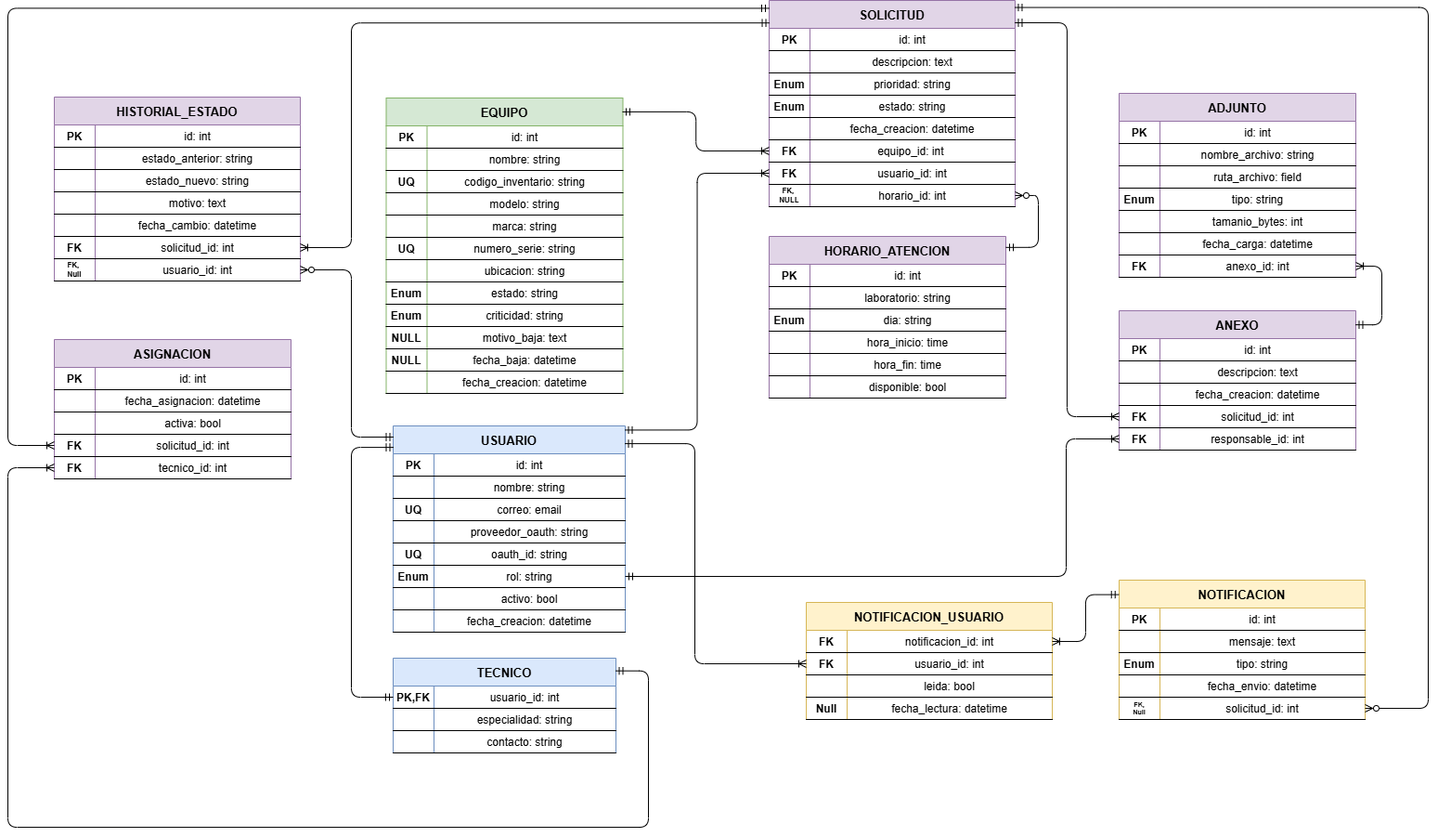
This is docs/images/Database_ER.png from GPT-Ingesoft/project-backend, a draw.io export, as it was before one commit. Source tidied: cells renumbered, new cells last; positions are measured from the earlier drawing's top-left corner, leaving out a move shared by most shapes.
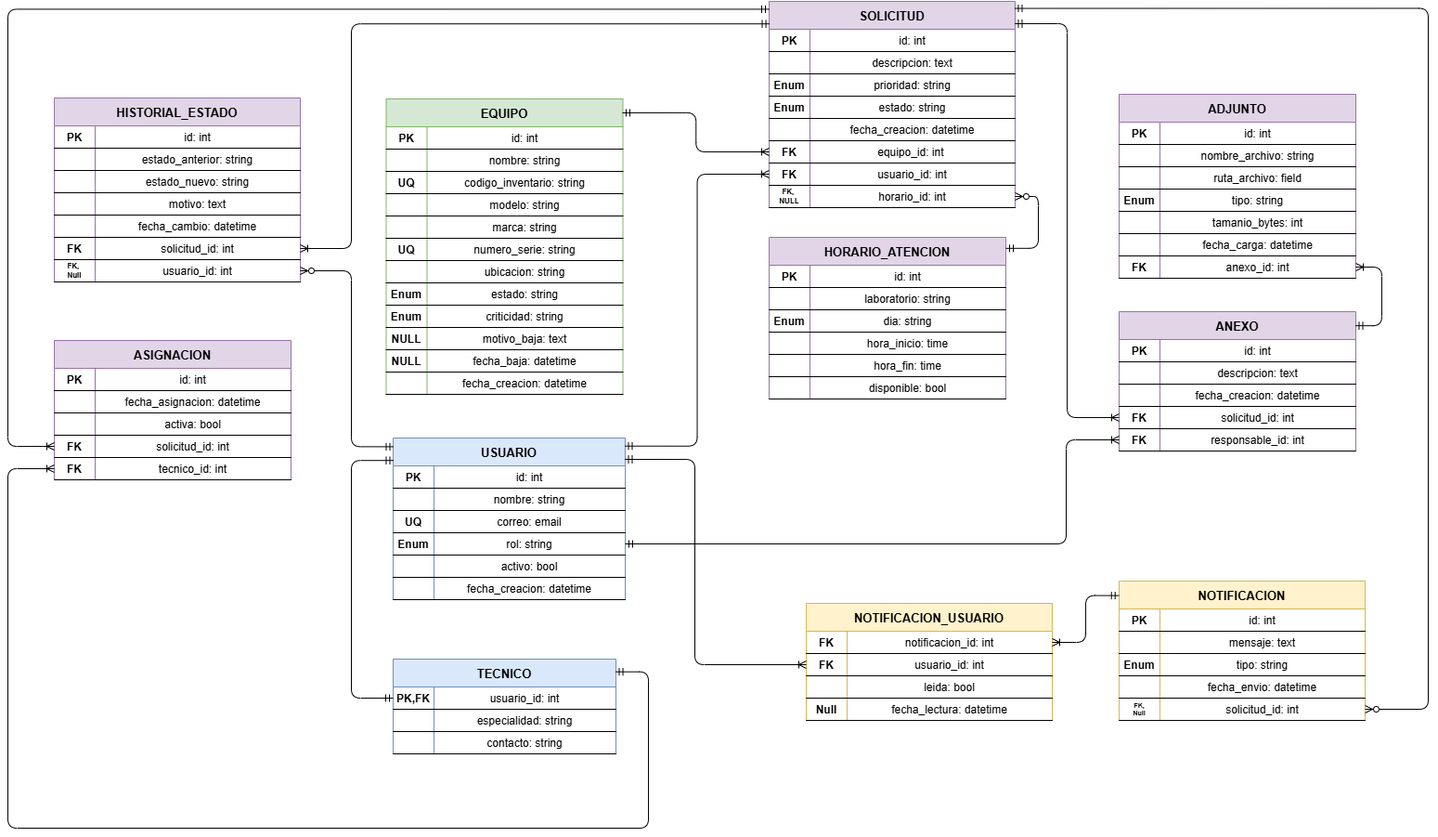
After the commit.

Diff of the diagram source:
```diff
@@ -3,7 +3,7 @@
     <mxCell id="0" />
     <mxCell id="1" parent="0" />
     <mxCell id="2" value="USUARIO" style="shape=table;startSize=30;rowLines=0;fontStyle=1;align=center;fontSize=13;fillColor=#dae8fc;strokeColor=#6c8ebf;" parent="1" vertex="1">
-      <mxGeometry x="415" y="458" width="250" height="222" as="geometry" />
+      <mxGeometry x="415" y="470" width="250" height="174" as="geometry" />
     </mxCell>
     <mxCell id="3" style="shape=tableRow;horizontal=0;startSize=0;swimlaneHead=0;swimlaneBody=0;fillColor=none;fontSize=12;top=0;left=0;right=0;bottom=1;" parent="2" vertex="1">
       <mxGeometry y="30" width="250" height="24" as="geometry" />
@@ -32,26 +32,8 @@
     <mxCell id="11" value="correo: email" style="shape=partialRectangle;fillColor=none;top=0;left=0;bottom=0;right=0;overflow=hidden;" parent="9" vertex="1">
       <mxGeometry x="44" width="206" height="24" as="geometry" />
     </mxCell>
-    <mxCell id="12" style="shape=tableRow;horizontal=0;startSize=0;swimlaneHead=0;swimlaneBody=0;fillColor=none;fontSize=12;top=0;left=0;right=0;bottom=1;" parent="2" vertex="1">
-      <mxGeometry y="102" width="250" height="24" as="geometry" />
-    </mxCell>
-    <mxCell id="13" style="shape=partialRectangle;fillColor=none;top=0;left=0;bottom=0;right=0;overflow=hidden;" parent="12" vertex="1">
-      <mxGeometry width="44" height="24" as="geometry" />
-    </mxCell>
-    <mxCell id="14" value="proveedor_oauth: string" style="shape=partialRectangle;fillColor=none;top=0;left=0;bottom=0;right=0;overflow=hidden;" parent="12" vertex="1">
-      <mxGeometry x="44" width="206" height="24" as="geometry" />
-    </mxCell>
-    <mxCell id="15" style="shape=tableRow;horizontal=0;startSize=0;swimlaneHead=0;swimlaneBody=0;fillColor=none;fontSize=12;top=0;left=0;right=0;bottom=1;" parent="2" vertex="1">
-      <mxGeometry y="126" width="250" height="24" as="geometry" />
-    </mxCell>
-    <mxCell id="16" value="UQ" style="shape=partialRectangle;fillColor=none;top=0;left=0;bottom=0;right=0;overflow=hidden;fontStyle=1;" parent="15" vertex="1">
-      <mxGeometry width="44" height="24" as="geometry" />
-    </mxCell>
-    <mxCell id="17" value="oauth_id: string" style="shape=partialRectangle;fillColor=none;top=0;left=0;bottom=0;right=0;overflow=hidden;" parent="15" vertex="1">
-      <mxGeometry x="44" width="206" height="24" as="geometry" />
-    </mxCell>
     <mxCell id="18" style="shape=tableRow;horizontal=0;startSize=0;swimlaneHead=0;swimlaneBody=0;fillColor=none;points=[[0,0.5],[1,0.5]];portConstraint=eastwest;fontSize=12;top=0;left=0;right=0;bottom=1;" parent="2" vertex="1">
-      <mxGeometry y="150" width="250" height="24" as="geometry" />
+      <mxGeometry y="102" width="250" height="24" as="geometry" />
     </mxCell>
     <mxCell id="19" value="Enum" style="shape=partialRectangle;fillColor=none;top=0;left=0;bottom=0;right=0;overflow=hidden;fontStyle=1;" parent="18" vertex="1">
       <mxGeometry width="44" height="24" as="geometry" />
@@ -60,7 +42,7 @@
       <mxGeometry x="44" width="206" height="24" as="geometry" />
     </mxCell>
     <mxCell id="21" style="shape=tableRow;horizontal=0;startSize=0;swimlaneHead=0;swimlaneBody=0;fillColor=none;fontSize=12;top=0;left=0;right=0;bottom=1;" parent="2" vertex="1">
-      <mxGeometry y="174" width="250" height="24" as="geometry" />
+      <mxGeometry y="126" width="250" height="24" as="geometry" />
     </mxCell>
     <mxCell id="22" style="shape=partialRectangle;fillColor=none;top=0;left=0;bottom=0;right=0;overflow=hidden;" parent="21" vertex="1">
       <mxGeometry width="44" height="24" as="geometry" />
@@ -69,7 +51,7 @@
       <mxGeometry x="44" width="206" height="24" as="geometry" />
     </mxCell>
     <mxCell id="24" style="shape=tableRow;horizontal=0;startSize=0;swimlaneHead=0;swimlaneBody=0;fillColor=none;fontSize=12;top=0;left=0;right=0;bottom=1;" parent="2" vertex="1">
-      <mxGeometry y="198" width="250" height="24" as="geometry" />
+      <mxGeometry y="150" width="250" height="24" as="geometry" />
     </mxCell>
     <mxCell id="25" style="shape=partialRectangle;fillColor=none;top=0;left=0;bottom=0;right=0;overflow=hidden;" parent="24" vertex="1">
       <mxGeometry width="44" height="24" as="geometry" />
@@ -665,15 +647,15 @@
     <mxCell id="222" value="fecha_lectura: datetime" style="shape=partialRectangle;fillColor=none;top=0;left=0;bottom=0;right=0;overflow=hidden;" parent="220" vertex="1">
       <mxGeometry x="44" width="221" height="24" as="geometry" />
     </mxCell>
-    <mxCell id="223" style="edgeStyle=orthogonalEdgeStyle;startFill=0;endFill=0;fontSize=11;startArrow=ERmandOne;endArrow=ERmandOne;exitX=0.002;exitY=0.104;exitDx=0;exitDy=0;entryX=0;entryY=0.5;entryDx=0;entryDy=0;exitPerimeter=0;" parent="1" edge="1" source="2" target="28">
+    <mxCell id="223" style="edgeStyle=orthogonalEdgeStyle;startFill=0;endFill=0;fontSize=11;startArrow=ERmandOne;endArrow=ERmandOne;entryX=0;entryY=0.5;entryDx=0;entryDy=0;exitX=0.002;exitY=0.139;exitDx=0;exitDy=0;exitPerimeter=0;" parent="1" edge="1" source="2" target="28">
       <mxGeometry relative="1" as="geometry">
         <Array as="points">
-          <mxPoint x="370" y="481" />
+          <mxPoint x="370" y="494" />
           <mxPoint x="370" y="750" />
         </Array>
       </mxGeometry>
     </mxCell>
-    <mxCell id="224" style="edgeStyle=orthogonalEdgeStyle;startFill=0;endFill=0;fontSize=11;startArrow=ERmandOne;endArrow=ERoneToMany;exitX=0.998;exitY=0.02;exitDx=0;exitDy=0;entryX=0;entryY=0.5;entryDx=0;entryDy=0;exitPerimeter=0;" parent="1" edge="1" source="2" target="93">
+    <mxCell id="224" style="edgeStyle=orthogonalEdgeStyle;startFill=0;endFill=0;fontSize=11;startArrow=ERmandOne;endArrow=ERoneToMany;exitX=0.998;exitY=0.05;exitDx=0;exitDy=0;entryX=0;entryY=0.5;entryDx=0;entryDy=0;exitPerimeter=0;" parent="1" edge="1" source="2" target="93">
       <mxGeometry relative="1" as="geometry" />
     </mxCell>
     <mxCell id="225" style="edgeStyle=orthogonalEdgeStyle;startFill=0;endFill=0;fontSize=11;startArrow=ERmandOne;endArrow=ERoneToMany;exitX=0.998;exitY=0.047;exitDx=0;exitDy=0;entryX=0;entryY=0.5;entryDx=0;entryDy=0;exitPerimeter=0;" parent="1" edge="1" source="37" target="90">
@@ -698,7 +680,7 @@
     <mxCell id="228" style="edgeStyle=orthogonalEdgeStyle;startFill=0;endFill=0;fontSize=11;startArrow=ERmandOne;endArrow=ERzeroToMany;exitX=0.002;exitY=0.054;exitDx=0;exitDy=0;entryX=1;entryY=0.5;entryDx=0;entryDy=0;exitPerimeter=0;" parent="1" edge="1" source="2" target="118">
       <mxGeometry relative="1" as="geometry">
         <Array as="points">
-          <mxPoint x="370" y="470" />
+          <mxPoint x="370" y="479" />
           <mxPoint x="370" y="290" />
         </Array>
       </mxGeometry>
@@ -709,7 +691,7 @@
     <mxCell id="230" style="edgeStyle=orthogonalEdgeStyle;startFill=0;endFill=0;fontSize=11;startArrow=ERmandOne;endArrow=ERoneToMany;entryX=0;entryY=0.5;entryDx=0;entryDy=0;exitX=1;exitY=0.5;exitDx=0;exitDy=0;" parent="1" edge="1" source="18" target="169">
       <mxGeometry relative="1" as="geometry">
         <Array as="points">
-          <mxPoint x="1140" y="620" />
+          <mxPoint x="1140" y="584" />
           <mxPoint x="1140" y="472" />
         </Array>
       </mxGeometry>
@@ -751,10 +733,10 @@
     <mxCell id="235" style="edgeStyle=orthogonalEdgeStyle;startFill=0;endFill=0;fontSize=11;startArrow=ERmandOne;endArrow=ERoneToMany;exitX=-0.001;exitY=0.104;exitDx=0;exitDy=0;entryX=1;entryY=0.5;entryDx=0;entryDy=0;exitPerimeter=0;" parent="1" edge="1" source="194" target="211">
       <mxGeometry relative="1" as="geometry" />
     </mxCell>
-    <mxCell id="236" style="edgeStyle=orthogonalEdgeStyle;startFill=0;endFill=0;fontSize=11;startArrow=ERmandOne;endArrow=ERoneToMany;exitX=0.998;exitY=0.086;exitDx=0;exitDy=0;entryX=0;entryY=0.5;entryDx=0;entryDy=0;exitPerimeter=0;" parent="1" edge="1" source="2" target="214">
+    <mxCell id="236" style="edgeStyle=orthogonalEdgeStyle;startFill=0;endFill=0;fontSize=11;startArrow=ERmandOne;endArrow=ERoneToMany;exitX=0.998;exitY=0.132;exitDx=0;exitDy=0;entryX=0;entryY=0.5;entryDx=0;entryDy=0;exitPerimeter=0;" parent="1" edge="1" source="2" target="214">
       <mxGeometry relative="1" as="geometry">
         <Array as="points">
-          <mxPoint x="740" y="477" />
+          <mxPoint x="740" y="493" />
           <mxPoint x="740" y="714" />
         </Array>
       </mxGeometry>
```
